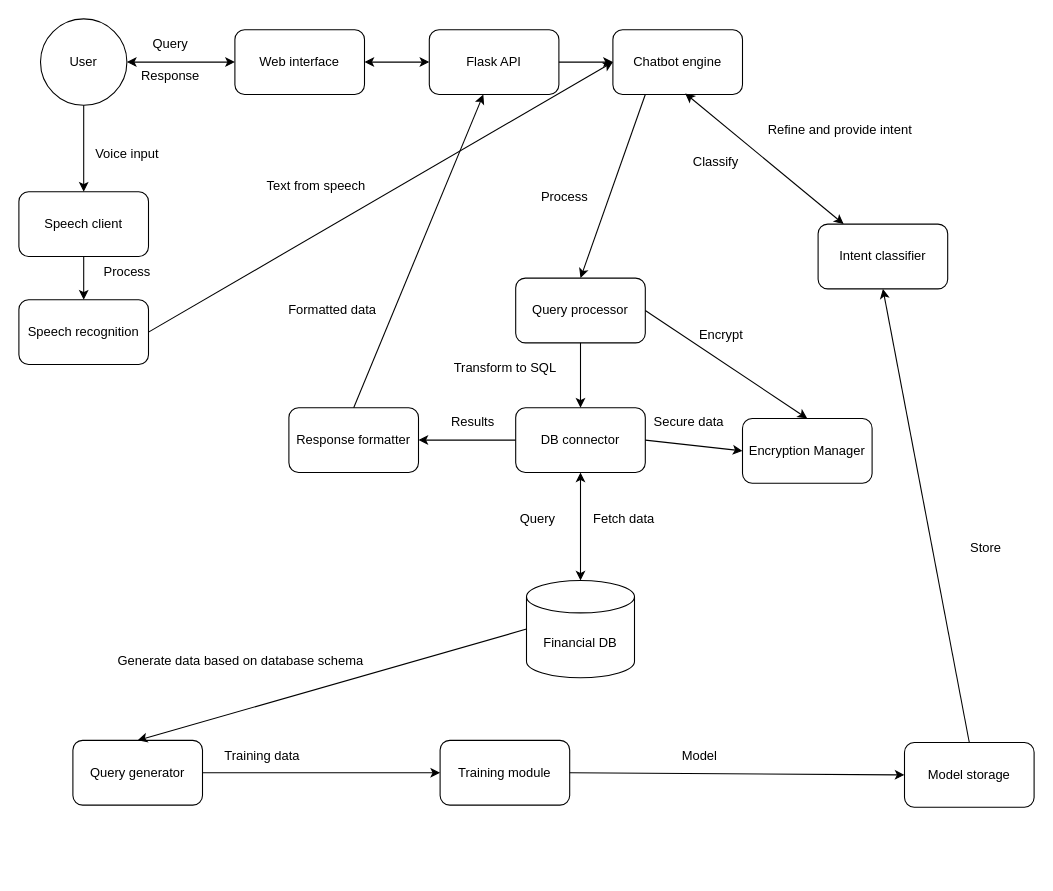
Ioan1234/SecureChatbot keeps this draw.io diagram as dataflow.drawio. Above is the earlier version. Source tidied: cells renumbered, new cells numbered last; positions are measured from the earlier drawing's top-left corner, leaving out a move shared by most shapes. Both pictures are drawn from the tidied source at 108%, with x=0, y=0 at pixel (18, 18).
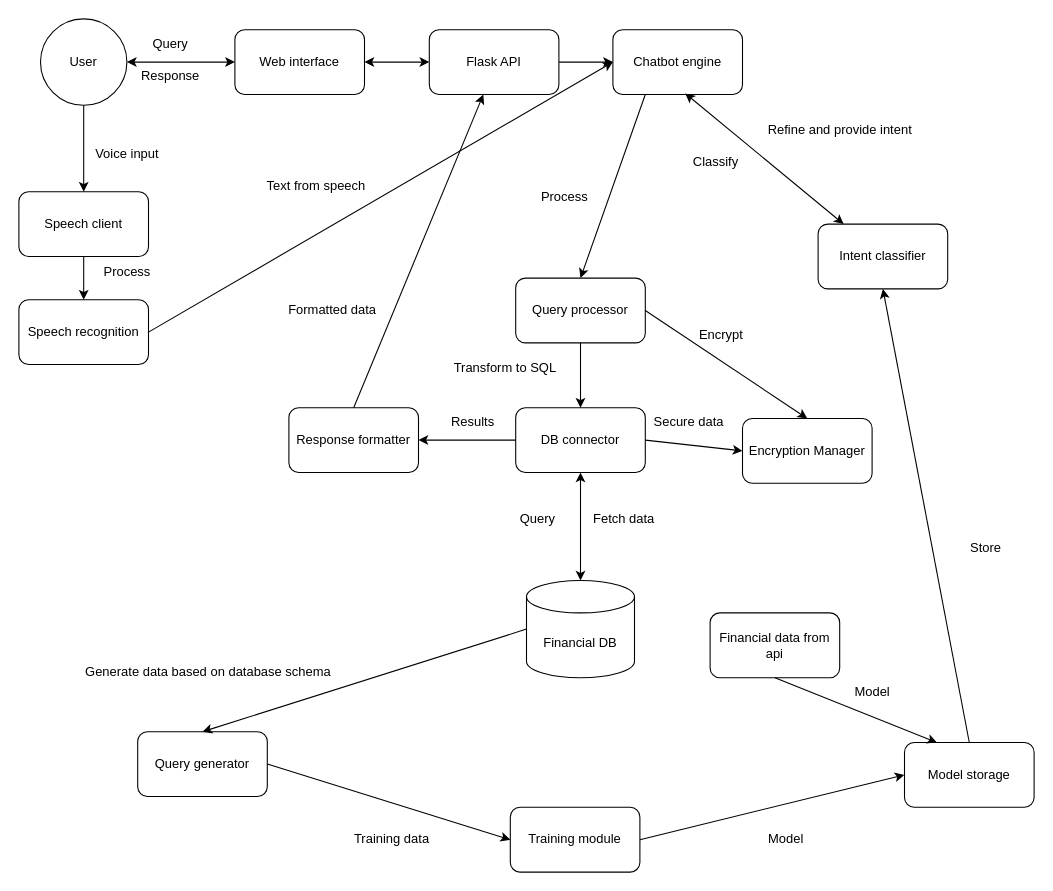
After the change.

Unchanged cells that the change refers to:
```xml
<mxCell id="45" value="Model storage" style="rounded=1;whiteSpace=wrap;html=1;" parent="1" vertex="1">
  <mxGeometry x="820" y="670" width="120" height="60" as="geometry" />
</mxCell>
```

Diff of the diagram source:
```diff
@@
     <mxCell id="43" value="Query generator" style="rounded=1;whiteSpace=wrap;html=1;" parent="1" vertex="1">
-      <mxGeometry x="50" y="668" width="120" height="60" as="geometry" />
+      <mxGeometry x="110" y="660" width="120" height="60" as="geometry" />
     </mxCell>
     <mxCell id="44" value="Training module" style="rounded=1;whiteSpace=wrap;html=1;" parent="1" vertex="1">
-      <mxGeometry x="390" y="668" width="120" height="60" as="geometry" />
+      <mxGeometry x="455" y="730" width="120" height="60" as="geometry" />
     </mxCell>
@@
     <mxCell id="47" value="Model" style="text;html=1;align=center;verticalAlign=middle;strokeColor=none;fillColor=none;" parent="1" vertex="1">
-      <mxGeometry x="600" y="668" width="60" height="30" as="geometry" />
+      <mxGeometry x="680" y="745" width="60" height="30" as="geometry" />
     </mxCell>
@@
     <mxCell id="49" value="Training data" style="text;html=1;align=center;verticalAlign=middle;strokeColor=none;fillColor=none;" parent="1" vertex="1">
-      <mxGeometry x="180" y="668" width="90" height="30" as="geometry" />
+      <mxGeometry x="300" y="745" width="90" height="30" as="geometry" />
     </mxCell>
@@
     <mxCell id="52" value="Generate data based on database schema" style="text;html=1;align=center;verticalAlign=middle;strokeColor=none;fillColor=none;" parent="1" vertex="1">
-      <mxGeometry x="80" y="580" width="250" height="30" as="geometry" />
+      <mxGeometry x="50" y="590" width="250" height="30" as="geometry" />
     </mxCell>
@@
+    <mxCell id="54" value="Financial data from api" style="rounded=1;whiteSpace=wrap;html=1;" parent="1" vertex="1">
+      <mxGeometry x="640" y="550" width="120" height="60" as="geometry" />
+    </mxCell>
+    <mxCell id="55" style="endArrow=classic;html=1;rounded=0;entryX=0.25;entryY=0;entryDx=0;entryDy=0;exitX=0.5;exitY=1;exitDx=0;exitDy=0;" parent="1" edge="1" source="54" target="45">
+      <mxGeometry relative="1" as="geometry" />
+    </mxCell>
+    <mxCell id="56" value="Model" style="text;html=1;align=center;verticalAlign=middle;strokeColor=none;fillColor=none;" parent="1" vertex="1">
+      <mxGeometry x="760" y="608" width="60" height="30" as="geometry" />
+    </mxCell>
```
